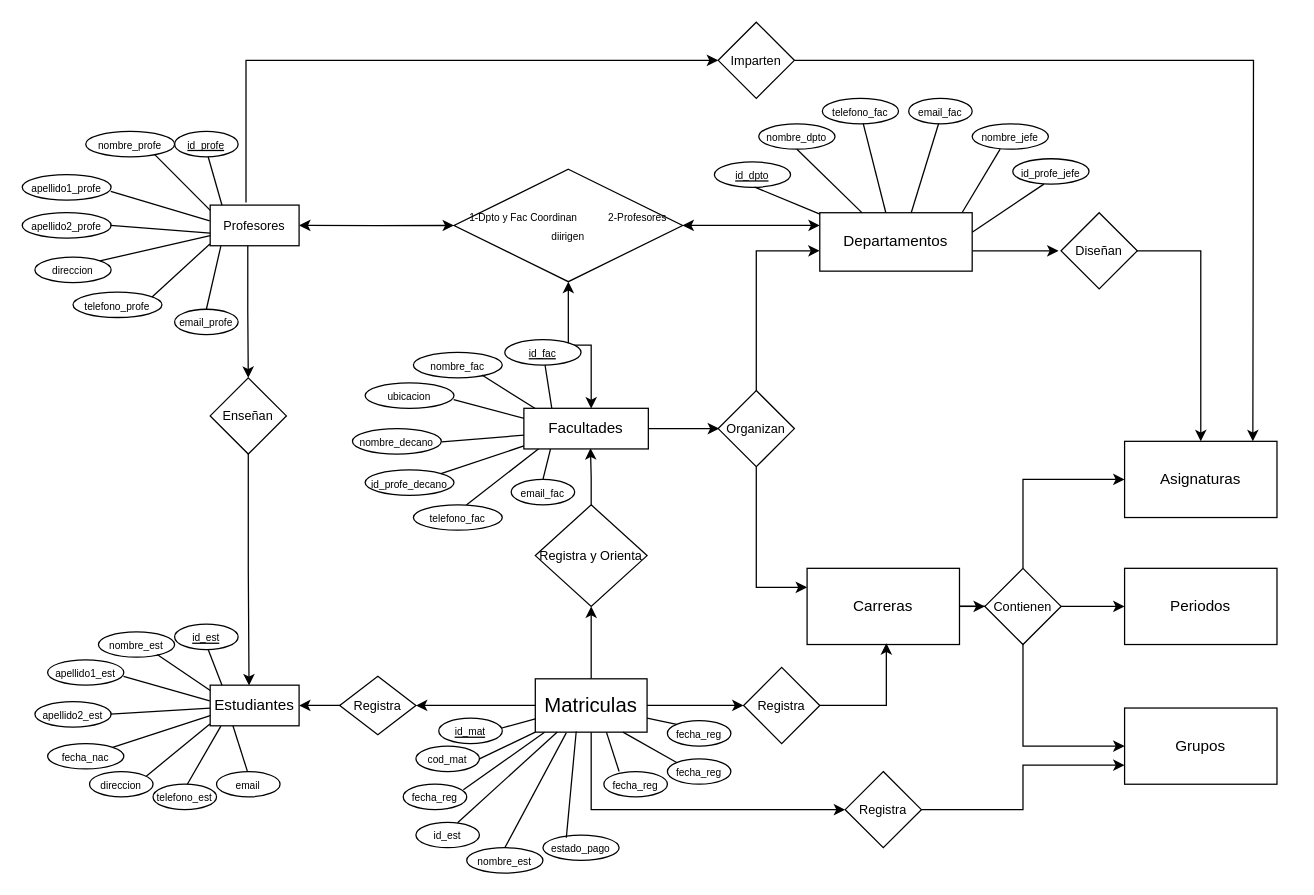
Before: ProyectoFinalBD.drawio in ErnestDG/Ciencia-de-datos-, a draw.io diagram. Source tidied: cells renumbered, new cells numbered last; positions are measured from the earlier drawing's top-left corner, leaving out a move shared by most shapes. Both pictures are drawn from the tidied source at 127%, with x=0, y=0 at pixel (22, 22).
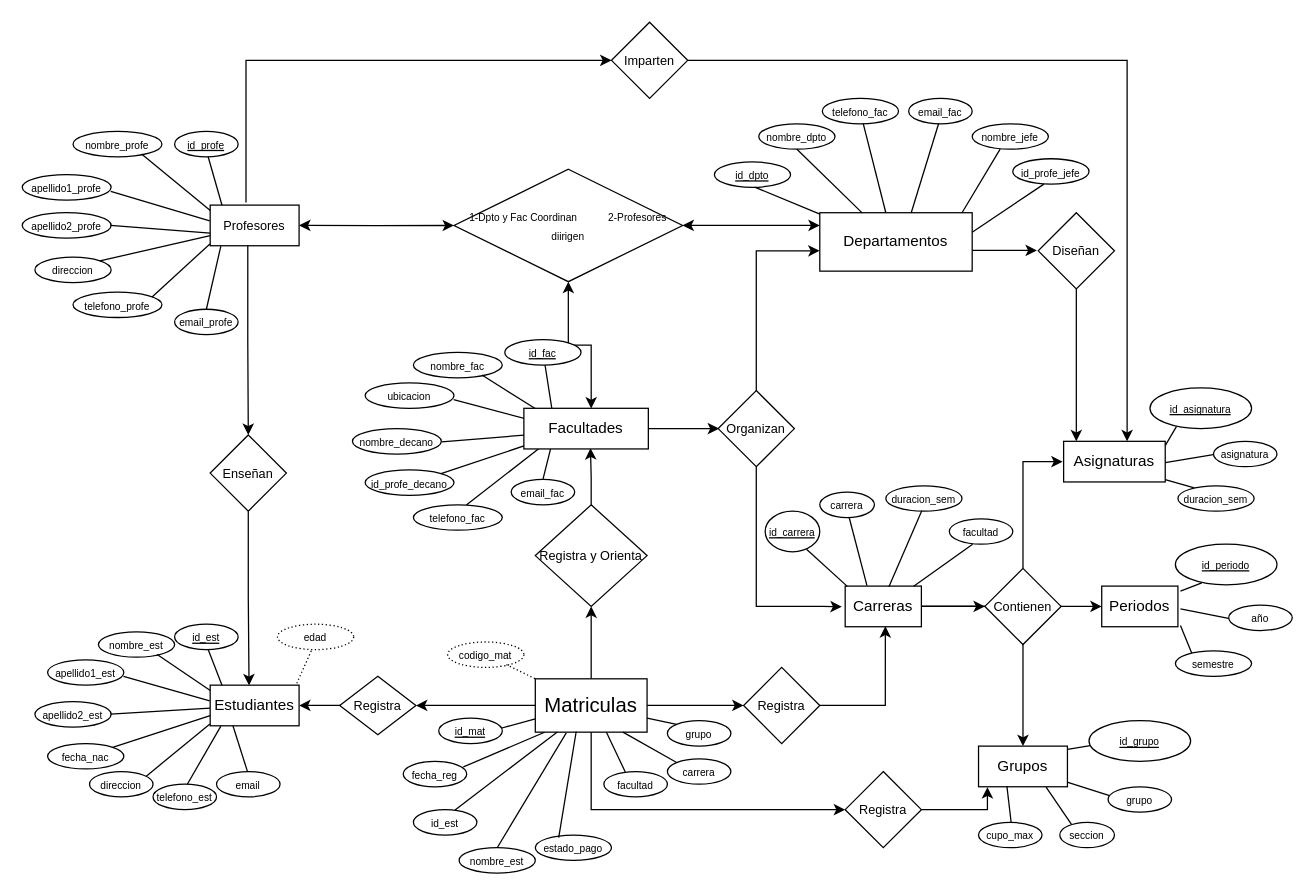
After the change.

Unchanged cells that the change refers to:
```xml
<mxCell id="9" value="Departamentos" style="rounded=0;whiteSpace=wrap;html=1;" parent="1" vertex="1">
  <mxGeometry x="628" y="150" width="120" height="46" as="geometry" />
</mxCell>
<mxCell id="17" value="&lt;font style=&quot;font-size: 16px;&quot;&gt;Matriculas&lt;/font&gt;" style="rounded=0;whiteSpace=wrap;html=1;" parent="1" vertex="1">
  <mxGeometry x="404" y="517" width="88" height="42" as="geometry" />
</mxCell>
<mxCell id="31" value="&lt;font style=&quot;font-size: 10px;&quot;&gt;Contienen&lt;/font&gt;" style="rhombus;whiteSpace=wrap;html=1;shapeInside=1;" parent="1" vertex="1">
  <mxGeometry x="758" y="430" width="60" height="60" as="geometry" />
</mxCell>
<mxCell id="34" value="&lt;font style=&quot;font-size: 10px;&quot;&gt;Organizan&lt;/font&gt;" style="rhombus;whiteSpace=wrap;html=1;shapeInside=1;" parent="1" vertex="1">
  <mxGeometry x="548" y="290" width="60" height="60" as="geometry" />
</mxCell>
<mxCell id="36" value="&lt;font style=&quot;font-size: 10px;&quot;&gt;Registra&lt;/font&gt;" style="rhombus;whiteSpace=wrap;html=1;shapeInside=1;" parent="1" vertex="1">
  <mxGeometry x="568" y="508" width="60" height="60" as="geometry" />
</mxCell>
<mxCell id="39" value="&lt;font style=&quot;font-size: 10px;&quot;&gt;Registra&lt;/font&gt;" style="rhombus;whiteSpace=wrap;html=1;shapeInside=1;" parent="1" vertex="1">
  <mxGeometry x="648" y="590" width="60" height="60" as="geometry" />
</mxCell>
```

Change to the diagram source:
```diff
@@
     <mxCell id="2" value="Grupos" style="rounded=0;whiteSpace=wrap;html=1;" parent="1" vertex="1">
-      <mxGeometry x="868" y="540" width="120" height="60" as="geometry" />
+      <mxGeometry x="753" y="570" width="70" height="32" as="geometry" />
     </mxCell>
@@
-    <mxCell id="4" style="edgeStyle=orthogonalEdgeStyle;rounded=0;jettySize=auto;html=1;entryX=0;entryY=0.25;entryDx=0;entryDy=0;" parent="1" edge="1" source="34" target="13">
+    <mxCell id="4" style="edgeStyle=orthogonalEdgeStyle;rounded=0;jettySize=auto;html=1;entryX=-0.044;entryY=0.508;entryDx=0;entryDy=0;entryPerimeter=0;" parent="1" edge="1" source="34" target="13">
       <mxGeometry relative="1" as="geometry">
         <Array as="points">
-          <mxPoint x="578" y="445" />
+          <mxPoint x="578" y="460" />
+          <mxPoint x="630" y="460" />
         </Array>
       </mxGeometry>
     </mxCell>
@@
     <mxCell id="6" value="Asignaturas" style="rounded=0;whiteSpace=wrap;html=1;" parent="1" vertex="1">
-      <mxGeometry x="868" y="330" width="120" height="60" as="geometry" />
+      <mxGeometry x="820" y="330" width="80" height="32" as="geometry" />
     </mxCell>
-    <mxCell id="7" style="edgeStyle=orthogonalEdgeStyle;rounded=0;jettySize=auto;html=1;entryX=0;entryY=0.5;entryDx=0;entryDy=0;" parent="1" edge="1" source="9">
+    <mxCell id="7" style="edgeStyle=orthogonalEdgeStyle;rounded=0;jettySize=auto;html=1;entryX=-0.017;entryY=0.495;entryDx=0;entryDy=0;entryPerimeter=0;" parent="1" edge="1" source="9" target="26">
       <mxGeometry relative="1" as="geometry">
-        <mxPoint x="816" y="180" as="targetPoint" />
         <Array as="points">
-          <mxPoint x="770" y="180" />
           <mxPoint x="770" y="180" />
         </Array>
       </mxGeometry>
     </mxCell>
@@
-    <mxCell id="10" style="edgeStyle=orthogonalEdgeStyle;rounded=0;jettySize=auto;html=1;entryX=0;entryY=0.5;entryDx=0;entryDy=0;" parent="1" edge="1" source="31" target="6">
+    <mxCell id="10" style="edgeStyle=orthogonalEdgeStyle;rounded=0;jettySize=auto;html=1;entryX=-0.009;entryY=0.5;entryDx=0;entryDy=0;entryPerimeter=0;" parent="1" edge="1" source="31" target="6">
       <mxGeometry relative="1" as="geometry">
         <Array as="points">
-          <mxPoint x="788" y="360" />
+          <mxPoint x="788" y="346" />
         </Array>
       </mxGeometry>
     </mxCell>
@@
-    <mxCell id="12" style="edgeStyle=orthogonalEdgeStyle;rounded=0;jettySize=auto;html=1;entryX=0;entryY=0.5;entryDx=0;entryDy=0;" parent="1" edge="1" source="13" target="2">
+    <mxCell id="12" style="edgeStyle=orthogonalEdgeStyle;rounded=0;jettySize=auto;html=1;entryX=0.5;entryY=0;entryDx=0;entryDy=0;" parent="1" edge="1" source="13" target="2">
       <mxGeometry relative="1" as="geometry">
         <Array as="points">
           <mxPoint x="788" y="460" />
-          <mxPoint x="788" y="570" />
         </Array>
       </mxGeometry>
     </mxCell>
     <mxCell id="13" value="Carreras" style="rounded=0;whiteSpace=wrap;html=1;" parent="1" vertex="1">
-      <mxGeometry x="618" y="430" width="120" height="60" as="geometry" />
+      <mxGeometry x="648" y="444" width="60" height="32" as="geometry" />
     </mxCell>
@@
     <mxCell id="19" value="Periodos" style="rounded=0;whiteSpace=wrap;html=1;" parent="1" vertex="1">
-      <mxGeometry x="868" y="430" width="120" height="60" as="geometry" />
+      <mxGeometry x="850" y="444" width="60" height="32" as="geometry" />
     </mxCell>
@@
-    <mxCell id="21" style="edgeStyle=orthogonalEdgeStyle;rounded=0;jettySize=auto;html=1;entryX=0.5;entryY=0;entryDx=0;entryDy=0;" parent="1" edge="1" target="6">
-      <mxGeometry relative="1" as="geometry">
-        <mxPoint x="876" y="180" as="sourcePoint" />
-        <Array as="points">
-          <mxPoint x="928" y="180" />
-        </Array>
-      </mxGeometry>
-    </mxCell>
@@
     <mxCell id="25" value="&lt;font style=&quot;font-size: 10px;&quot;&gt;Enseñan&lt;/font&gt;" style="rhombus;whiteSpace=wrap;html=1;shapeInside=1;" parent="1" vertex="1">
-      <mxGeometry x="148" y="280" width="60" height="60" as="geometry" />
+      <mxGeometry x="148" y="325" width="60" height="60" as="geometry" />
     </mxCell>
     <mxCell id="26" value="&lt;font style=&quot;font-size: 10px;&quot;&gt;Diseñan&lt;/font&gt;" style="rhombus;whiteSpace=wrap;html=1;shapeInside=1;" parent="1" vertex="1">
-      <mxGeometry x="818" y="150" width="60" height="60" as="geometry" />
+      <mxGeometry x="800" y="150" width="60" height="60" as="geometry" />
     </mxCell>
@@
     <mxCell id="29" value="&lt;font style=&quot;font-size: 10px;&quot;&gt;Imparten&lt;/font&gt;" style="rhombus;whiteSpace=wrap;html=1;shapeInside=1;" parent="1" vertex="1">
-      <mxGeometry x="548" width="60" height="60" as="geometry" />
+      <mxGeometry x="464" width="60" height="60" as="geometry" />
     </mxCell>
@@
     <mxCell id="33" style="edgeStyle=orthogonalEdgeStyle;rounded=0;jettySize=auto;html=1;" parent="1" edge="1" source="29">
       <mxGeometry relative="1" as="geometry">
-        <mxPoint x="969" y="330" as="targetPoint" />
+        <mxPoint x="870" y="330" as="targetPoint" />
+        <Array as="points">
+          <mxPoint x="870" y="30" />
+          <mxPoint x="870" y="329.5" />
+        </Array>
       </mxGeometry>
     </mxCell>
@@
-    <mxCell id="38" style="edgeStyle=orthogonalEdgeStyle;rounded=0;jettySize=auto;html=1;entryX=0;entryY=0.75;entryDx=0;entryDy=0;" parent="1" edge="1" source="39" target="2">
-      <mxGeometry relative="1" as="geometry" />
+    <mxCell id="38" style="edgeStyle=orthogonalEdgeStyle;rounded=0;jettySize=auto;html=1;entryX=0.1;entryY=1.009;entryDx=0;entryDy=0;entryPerimeter=0;" parent="1" edge="1" source="39" target="2">
+      <mxGeometry relative="1" as="geometry">
+        <Array as="points">
+          <mxPoint x="760" y="620" />
+        </Array>
+      </mxGeometry>
     </mxCell>
@@
-    <mxCell id="41" value="&lt;font style=&quot;font-size: 8px;&quot;&gt;cod_mat&lt;/font&gt;" style="ellipse;whiteSpace=wrap;html=1;shapeInside=1;rounded=0;" parent="1" vertex="1">
-      <mxGeometry x="310" y="570" width="50" height="20" as="geometry" />
-    </mxCell>
@@
-    <mxCell id="43" style="endArrow=none;html=1;rounded=0;entryX=0;entryY=1;entryDx=0;entryDy=0;exitX=1;exitY=0.5;exitDx=0;exitDy=0;" parent="1" edge="1" source="41" target="17">
-      <mxGeometry relative="1" as="geometry" />
-    </mxCell>
     <mxCell id="44" value="&lt;font style=&quot;font-size: 8px;&quot;&gt;fecha_reg&lt;/font&gt;" style="ellipse;whiteSpace=wrap;html=1;shapeInside=1;rounded=0;" parent="1" vertex="1">
-      <mxGeometry x="300" y="600" width="50" height="20" as="geometry" />
+      <mxGeometry x="300" y="582" width="50" height="20" as="geometry" />
     </mxCell>
     <mxCell id="45" value="&lt;font style=&quot;font-size: 8px;&quot;&gt;id_est&lt;/font&gt;" style="ellipse;whiteSpace=wrap;html=1;shapeInside=1;rounded=0;" parent="1" vertex="1">
-      <mxGeometry x="310" y="630" width="50" height="20" as="geometry" />
+      <mxGeometry x="308" y="620" width="50" height="20" as="geometry" />
     </mxCell>
     <mxCell id="46" value="&lt;font style=&quot;font-size: 8px;&quot;&gt;nombre_est&lt;/font&gt;" style="ellipse;whiteSpace=wrap;html=1;shapeInside=1;rounded=0;" parent="1" vertex="1">
-      <mxGeometry x="350" y="650" width="60" height="20" as="geometry" />
+      <mxGeometry x="344" y="650" width="60" height="20" as="geometry" />
     </mxCell>
     <mxCell id="47" value="&lt;font style=&quot;font-size: 8px;&quot;&gt;estado_pago&lt;/font&gt;" style="ellipse;whiteSpace=wrap;html=1;shapeInside=1;rounded=0;" parent="1" vertex="1">
-      <mxGeometry x="410" y="640" width="60" height="20" as="geometry" />
+      <mxGeometry x="404" y="640" width="60" height="20" as="geometry" />
     </mxCell>
-    <mxCell id="48" value="&lt;font style=&quot;font-size: 8px;&quot;&gt;fecha_reg&lt;/font&gt;" style="ellipse;whiteSpace=wrap;html=1;shapeInside=1;rounded=0;" parent="1" vertex="1">
+    <mxCell id="48" value="&lt;font style=&quot;font-size: 8px;&quot;&gt;carrera&lt;/font&gt;" style="ellipse;whiteSpace=wrap;html=1;shapeInside=1;rounded=0;" parent="1" vertex="1">
       <mxGeometry x="508" y="580" width="50" height="20" as="geometry" />
     </mxCell>
-    <mxCell id="49" value="&lt;font style=&quot;font-size: 8px;&quot;&gt;fecha_reg&lt;/font&gt;" style="ellipse;whiteSpace=wrap;html=1;shapeInside=1;rounded=0;" parent="1" vertex="1">
+    <mxCell id="49" value="&lt;font style=&quot;font-size: 8px;&quot;&gt;grupo&lt;/font&gt;" style="ellipse;whiteSpace=wrap;html=1;shapeInside=1;rounded=0;" parent="1" vertex="1">
       <mxGeometry x="508" y="550" width="50" height="20" as="geometry" />
     </mxCell>
-    <mxCell id="50" value="&lt;font style=&quot;font-size: 8px;&quot;&gt;fecha_reg&lt;/font&gt;" style="ellipse;whiteSpace=wrap;html=1;shapeInside=1;rounded=0;" parent="1" vertex="1">
+    <mxCell id="50" value="&lt;font style=&quot;font-size: 8px;&quot;&gt;facultad&lt;/font&gt;" style="ellipse;whiteSpace=wrap;html=1;shapeInside=1;rounded=0;" parent="1" vertex="1">
       <mxGeometry x="458" y="590" width="50" height="20" as="geometry" />
     </mxCell>
@@
-    <mxCell id="55" style="endArrow=none;html=1;rounded=0;exitX=0.24;exitY=0;exitDx=0;exitDy=0;exitPerimeter=0;" parent="1" edge="1" source="50">
+    <mxCell id="55" style="endArrow=none;html=1;rounded=0;exitX=0.337;exitY=0.019;exitDx=0;exitDy=0;exitPerimeter=0;" parent="1" edge="1" source="50">
       <mxGeometry relative="1" as="geometry">
         <mxPoint x="460" y="559" as="targetPoint" />
       </mxGeometry>
     </mxCell>
@@
-    <mxCell id="58" style="edgeStyle=orthogonalEdgeStyle;rounded=0;jettySize=auto;html=1;entryX=0.52;entryY=0.982;entryDx=0;entryDy=0;entryPerimeter=0;" parent="1" edge="1" source="36" target="13">
-      <mxGeometry relative="1" as="geometry">
-        <Array as="points">
-          <mxPoint x="680.4" y="538" />
-        </Array>
-      </mxGeometry>
-    </mxCell>
@@
     <mxCell id="81" value="&lt;font style=&quot;font-size: 8px;&quot;&gt;nombre_profe&lt;/font&gt;" style="ellipse;whiteSpace=wrap;html=1;shapeInside=1;rounded=0;" parent="1" vertex="1">
-      <mxGeometry x="50" y="86" width="70" height="20" as="geometry" />
+      <mxGeometry x="40" y="86" width="70" height="20" as="geometry" />
     </mxCell>
@@
+    <mxCell id="119" value="&lt;font style=&quot;font-size: 8px;&quot;&gt;&lt;u&gt;id_carrera&lt;/u&gt;&lt;/font&gt;" style="ellipse;whiteSpace=wrap;html=1;shapeInside=1;rounded=0;" parent="1" vertex="1">
+      <mxGeometry x="585" y="385" width="43" height="32" as="geometry" />
+    </mxCell>
+    <mxCell id="120" value="&lt;font style=&quot;font-size: 8px;&quot;&gt;facultad&lt;/font&gt;" style="ellipse;whiteSpace=wrap;html=1;shapeInside=1;rounded=0;" parent="1" vertex="1">
+      <mxGeometry x="730" y="391" width="50" height="20" as="geometry" />
+    </mxCell>
+    <mxCell id="121" value="&lt;font style=&quot;font-size: 8px;&quot;&gt;duracion_sem&lt;/font&gt;" style="ellipse;whiteSpace=wrap;html=1;shapeInside=1;rounded=0;" parent="1" vertex="1">
+      <mxGeometry x="680" y="365" width="60" height="20" as="geometry" />
+    </mxCell>
+    <mxCell id="122" value="&lt;font style=&quot;font-size: 8px;&quot;&gt;carrera&lt;/font&gt;" style="ellipse;whiteSpace=wrap;html=1;shapeInside=1;rounded=0;" parent="1" vertex="1">
+      <mxGeometry x="628" y="370" width="43" height="20" as="geometry" />
+    </mxCell>
+    <mxCell id="123" style="endArrow=none;html=1;rounded=0;entryX=0.367;entryY=0.999;entryDx=0;entryDy=0;entryPerimeter=0;exitX=0.899;exitY=0.002;exitDx=0;exitDy=0;exitPerimeter=0;" parent="1" edge="1" source="13" target="120">
+      <mxGeometry relative="1" as="geometry" />
+    </mxCell>
+    <mxCell id="124" style="endArrow=none;html=1;rounded=0;entryX=0.472;entryY=0.988;entryDx=0;entryDy=0;entryPerimeter=0;exitX=0.574;exitY=0.013;exitDx=0;exitDy=0;exitPerimeter=0;" parent="1" edge="1" source="13" target="121">
+      <mxGeometry relative="1" as="geometry" />
+    </mxCell>
+    <mxCell id="125" style="endArrow=none;html=1;rounded=0;entryX=0.537;entryY=0.99;entryDx=0;entryDy=0;entryPerimeter=0;exitX=0.286;exitY=-0.011;exitDx=0;exitDy=0;exitPerimeter=0;" parent="1" edge="1" source="13" target="122">
+      <mxGeometry relative="1" as="geometry" />
+    </mxCell>
+    <mxCell id="126" style="endArrow=none;html=1;rounded=0;entryX=0.757;entryY=0.938;entryDx=0;entryDy=0;exitX=0.028;exitY=0.007;exitDx=0;exitDy=0;exitPerimeter=0;entryPerimeter=0;" parent="1" edge="1" source="13" target="119">
+      <mxGeometry relative="1" as="geometry" />
+    </mxCell>
+    <mxCell id="58" style="edgeStyle=orthogonalEdgeStyle;rounded=0;jettySize=auto;html=1;entryX=0.527;entryY=0.986;entryDx=0;entryDy=0;entryPerimeter=0;" parent="1" edge="1" source="36" target="13">
+      <mxGeometry relative="1" as="geometry" />
+    </mxCell>
+    <mxCell id="127" value="&lt;font style=&quot;font-size: 8px;&quot;&gt;&lt;u&gt;id_asignatura&lt;/u&gt;&lt;/font&gt;" style="ellipse;whiteSpace=wrap;html=1;shapeInside=1;rounded=0;" parent="1" vertex="1">
+      <mxGeometry x="888" y="288" width="80" height="32" as="geometry" />
+    </mxCell>
+    <mxCell id="128" style="endArrow=none;html=1;rounded=0;entryX=0.26;entryY=0.95;entryDx=0;entryDy=0;entryPerimeter=0;exitX=1;exitY=0.105;exitDx=0;exitDy=0;exitPerimeter=0;" parent="1" edge="1" source="6" target="127">
+      <mxGeometry relative="1" as="geometry" />
+    </mxCell>
+    <mxCell id="129" value="&lt;font style=&quot;font-size: 8px;&quot;&gt;duracion_sem&lt;/font&gt;" style="ellipse;whiteSpace=wrap;html=1;shapeInside=1;rounded=0;" parent="1" vertex="1">
+      <mxGeometry x="910" y="365" width="60" height="20" as="geometry" />
+    </mxCell>
+    <mxCell id="130" style="endArrow=none;html=1;rounded=0;entryX=0.214;entryY=0.084;entryDx=0;entryDy=0;entryPerimeter=0;exitX=1;exitY=0.942;exitDx=0;exitDy=0;exitPerimeter=0;" parent="1" edge="1" source="6" target="129">
+      <mxGeometry relative="1" as="geometry" />
+    </mxCell>
+    <mxCell id="131" value="&lt;font style=&quot;font-size: 8px;&quot;&gt;asignatura&lt;/font&gt;" style="ellipse;whiteSpace=wrap;html=1;shapeInside=1;rounded=0;" parent="1" vertex="1">
+      <mxGeometry x="938" y="330" width="50" height="20" as="geometry" />
+    </mxCell>
+    <mxCell id="132" style="endArrow=none;html=1;rounded=0;entryX=-0.003;entryY=0.522;entryDx=0;entryDy=0;entryPerimeter=0;exitX=1;exitY=0.523;exitDx=0;exitDy=0;exitPerimeter=0;" parent="1" edge="1" source="6" target="131">
+      <mxGeometry relative="1" as="geometry" />
+    </mxCell>
+    <mxCell id="133" style="edgeStyle=orthogonalEdgeStyle;rounded=0;jettySize=auto;html=1;entryX=0.125;entryY=0;entryDx=0;entryDy=0;entryPerimeter=0;" parent="1" edge="1" source="26" target="6">
+      <mxGeometry relative="1" as="geometry" />
+    </mxCell>
+    <mxCell id="134" value="&lt;span style=&quot;font-size: 8px;&quot;&gt;&lt;u&gt;id_periodo&lt;/u&gt;&lt;/span&gt;" style="ellipse;whiteSpace=wrap;html=1;shapeInside=1;rounded=0;" parent="1" vertex="1">
+      <mxGeometry x="908" y="411" width="80" height="32" as="geometry" />
+    </mxCell>
+    <mxCell id="135" style="endArrow=none;html=1;rounded=0;entryX=0.26;entryY=0.95;entryDx=0;entryDy=0;entryPerimeter=0;exitX=1;exitY=0.105;exitDx=0;exitDy=0;exitPerimeter=0;" parent="1" edge="1" target="134">
+      <mxGeometry relative="1" as="geometry">
+        <mxPoint x="912" y="448" as="sourcePoint" />
+      </mxGeometry>
+    </mxCell>
+    <mxCell id="136" value="&lt;font style=&quot;font-size: 8px;&quot;&gt;semestre&lt;/font&gt;" style="ellipse;whiteSpace=wrap;html=1;shapeInside=1;rounded=0;" parent="1" vertex="1">
+      <mxGeometry x="908" y="495" width="60" height="20" as="geometry" />
+    </mxCell>
+    <mxCell id="137" style="endArrow=none;html=1;rounded=0;entryX=0.214;entryY=0.084;entryDx=0;entryDy=0;entryPerimeter=0;exitX=1;exitY=0.942;exitDx=0;exitDy=0;exitPerimeter=0;" parent="1" edge="1" target="136">
+      <mxGeometry relative="1" as="geometry">
+        <mxPoint x="912" y="475" as="sourcePoint" />
+      </mxGeometry>
+    </mxCell>
+    <mxCell id="138" value="&lt;font style=&quot;font-size: 8px;&quot;&gt;año&lt;/font&gt;" style="ellipse;whiteSpace=wrap;html=1;shapeInside=1;rounded=0;" parent="1" vertex="1">
+      <mxGeometry x="950" y="459" width="50" height="20" as="geometry" />
+    </mxCell>
+    <mxCell id="139" style="endArrow=none;html=1;rounded=0;entryX=-0.003;entryY=0.522;entryDx=0;entryDy=0;entryPerimeter=0;exitX=1;exitY=0.523;exitDx=0;exitDy=0;exitPerimeter=0;" parent="1" edge="1" target="138">
+      <mxGeometry relative="1" as="geometry">
+        <mxPoint x="912" y="462" as="sourcePoint" />
+      </mxGeometry>
+    </mxCell>
+    <mxCell id="140" value="&lt;span style=&quot;font-size: 8px;&quot;&gt;&lt;u&gt;id_grupo&lt;/u&gt;&lt;/span&gt;" style="ellipse;whiteSpace=wrap;html=1;shapeInside=1;rounded=0;" parent="1" vertex="1">
+      <mxGeometry x="840" y="550" width="80" height="32" as="geometry" />
+    </mxCell>
+    <mxCell id="141" style="endArrow=none;html=1;rounded=0;entryX=0.012;entryY=0.614;entryDx=0;entryDy=0;entryPerimeter=0;exitX=1;exitY=0.082;exitDx=0;exitDy=0;exitPerimeter=0;" parent="1" edge="1" source="2" target="140">
+      <mxGeometry relative="1" as="geometry" />
+    </mxCell>
+    <mxCell id="142" value="&lt;font style=&quot;font-size: 8px;&quot;&gt;seccion&lt;/font&gt;" style="ellipse;whiteSpace=wrap;html=1;shapeInside=1;rounded=0;" parent="1" vertex="1">
+      <mxGeometry x="817" y="630" width="43" height="20" as="geometry" />
+    </mxCell>
+    <mxCell id="143" style="endArrow=none;html=1;rounded=0;entryX=0.214;entryY=0.084;entryDx=0;entryDy=0;entryPerimeter=0;exitX=0.76;exitY=1.008;exitDx=0;exitDy=0;exitPerimeter=0;" parent="1" edge="1" source="2" target="142">
+      <mxGeometry relative="1" as="geometry" />
+    </mxCell>
+    <mxCell id="144" value="&lt;font style=&quot;font-size: 8px;&quot;&gt;grupo&lt;/font&gt;" style="ellipse;whiteSpace=wrap;html=1;shapeInside=1;rounded=0;" parent="1" vertex="1">
+      <mxGeometry x="855" y="602" width="50" height="20" as="geometry" />
+    </mxCell>
+    <mxCell id="145" style="endArrow=none;html=1;rounded=0;entryX=0.024;entryY=0.349;entryDx=0;entryDy=0;entryPerimeter=0;exitX=1.005;exitY=0.892;exitDx=0;exitDy=0;exitPerimeter=0;" parent="1" edge="1" source="2" target="144">
+      <mxGeometry relative="1" as="geometry" />
+    </mxCell>
+    <mxCell id="146" value="&lt;font style=&quot;font-size: 8px;&quot;&gt;cupo_max&lt;/font&gt;" style="ellipse;whiteSpace=wrap;html=1;shapeInside=1;rounded=0;" parent="1" vertex="1">
+      <mxGeometry x="753" y="630" width="50" height="20" as="geometry" />
+    </mxCell>
+    <mxCell id="147" style="endArrow=none;html=1;rounded=0;entryX=0.513;entryY=-0.012;entryDx=0;entryDy=0;entryPerimeter=0;exitX=0.319;exitY=0.984;exitDx=0;exitDy=0;exitPerimeter=0;" parent="1" edge="1" source="2" target="146">
+      <mxGeometry relative="1" as="geometry" />
+    </mxCell>
+    <mxCell id="148" value="&lt;font style=&quot;font-size: 8px;&quot;&gt;codigo_mat&lt;/font&gt;" style="ellipse;whiteSpace=wrap;html=1;shapeInside=1;rounded=0;exitX=0.771;exitY=0.892;exitDx=0;exitDy=0;exitPerimeter=0;entryX=0;entryY=0;entryDx=0;entryDy=0;dashed=1;dashPattern=1 2;" parent="1" vertex="1">
+      <mxGeometry x="335" y="488" width="60" height="20" as="geometry" />
+    </mxCell>
+    <mxCell id="149" style="endArrow=none;html=1;rounded=0;exitX=0.771;exitY=0.892;exitDx=0;exitDy=0;exitPerimeter=0;entryX=0;entryY=0;entryDx=0;entryDy=0;dashed=1;dashPattern=1 2;" parent="1" edge="1" source="148" target="17">
+      <mxGeometry relative="1" as="geometry" />
+    </mxCell>
+    <mxCell id="150" value="&lt;font style=&quot;font-size: 8px;&quot;&gt;edad&lt;/font&gt;&lt;font style=&quot;font-size: 8px;&quot;&gt;&lt;br&gt;&lt;/font&gt;" style="ellipse;whiteSpace=wrap;html=1;shapeInside=1;rounded=0;exitX=0.771;exitY=0.892;exitDx=0;exitDy=0;exitPerimeter=0;entryX=0;entryY=0;entryDx=0;entryDy=0;dashed=1;dashPattern=1 2;" parent="1" vertex="1">
+      <mxGeometry x="201" y="474" width="60" height="20" as="geometry" />
+    </mxCell>
+    <mxCell id="151" style="endArrow=none;html=1;rounded=0;exitX=0.443;exitY=1.047;exitDx=0;exitDy=0;exitPerimeter=0;dashed=1;dashPattern=1 2;" parent="1" edge="1" source="150">
+      <mxGeometry relative="1" as="geometry">
+        <mxPoint x="216" y="521" as="targetPoint" />
+      </mxGeometry>
+    </mxCell>
```
